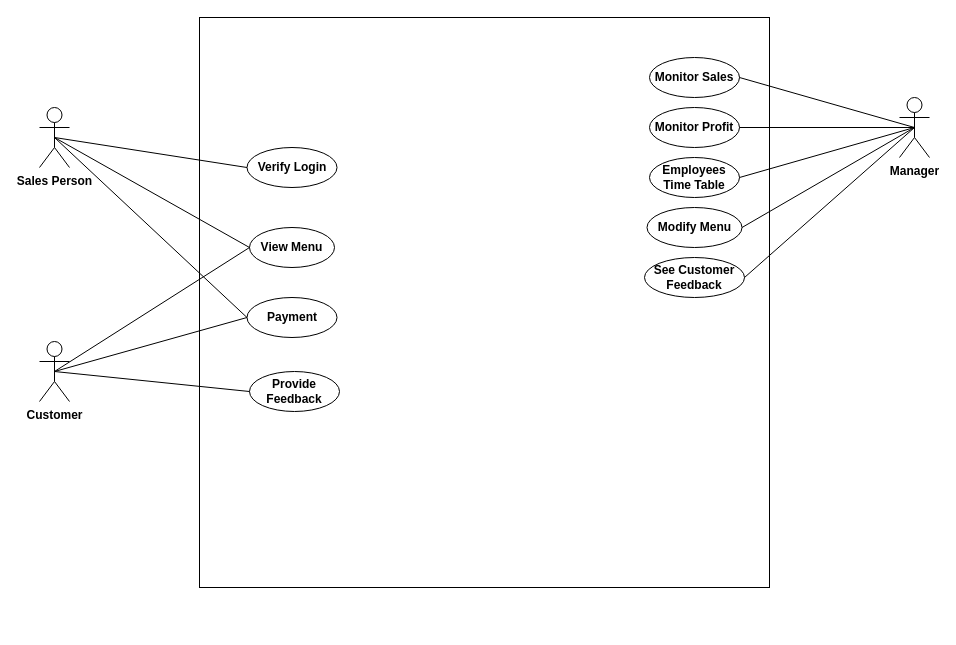
Earlier version of the draw.io diagram Use_Case.drawio (AbdulmoizTalpur/Tutorial-week-3). Source tidied: cells renumbered, new cells numbered last; positions are measured from the earlier drawing's top-left corner, leaving out a move shared by most shapes. Both pictures are drawn from the tidied source at 100%, with x=0, y=0 at pixel (39, 17).
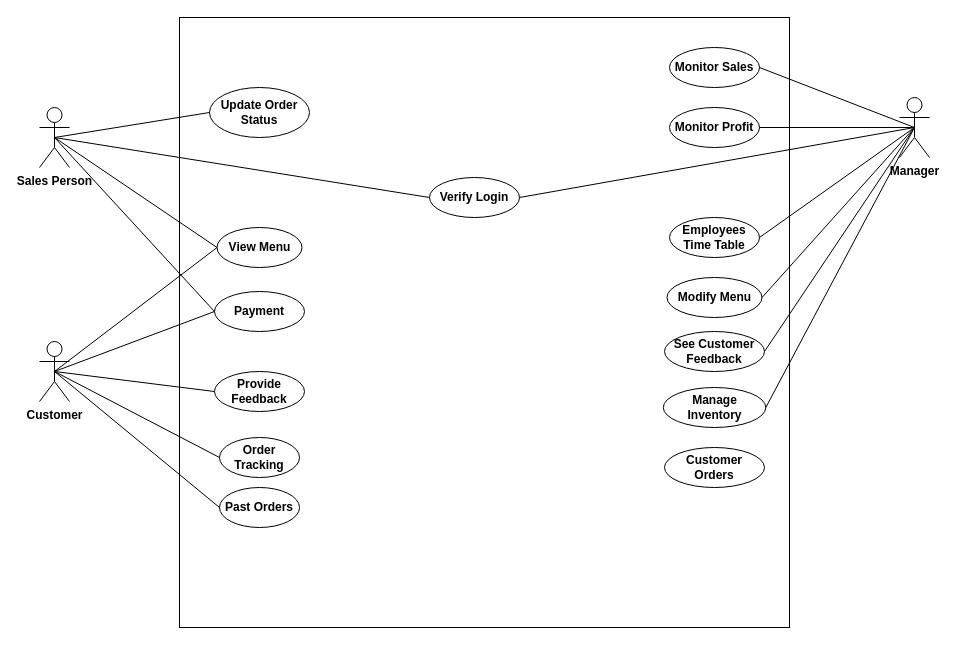
The same diagram, later.

Unchanged cells that the change refers to:
```xml
<mxCell id="3" value="&lt;b&gt;Sales Person&lt;/b&gt;" style="shape=umlActor;verticalLabelPosition=bottom;verticalAlign=top;html=1;" parent="1" vertex="1">
  <mxGeometry y="90" width="30" height="60" as="geometry" />
</mxCell>
<mxCell id="5" value="&lt;b&gt;Manager&lt;/b&gt;" style="shape=umlActor;verticalLabelPosition=bottom;verticalAlign=top;html=1;" parent="1" vertex="1">
  <mxGeometry x="860" y="80" width="30" height="60" as="geometry" />
</mxCell>
<mxCell id="17" value="&lt;b&gt;Customer&lt;/b&gt;" style="shape=umlActor;verticalLabelPosition=bottom;verticalAlign=top;html=1;" parent="1" vertex="1">
  <mxGeometry y="324" width="30" height="60" as="geometry" />
</mxCell>
```

Diff of the diagram source:
```diff
@@
     <mxCell id="2" style="whiteSpace=wrap;html=1;" parent="1" vertex="1">
-      <mxGeometry x="160" width="570" height="570" as="geometry" />
+      <mxGeometry x="140" width="610" height="610" as="geometry" />
     </mxCell>
@@
     <mxCell id="4" value="&lt;b&gt;Verify Login&lt;/b&gt;" style="ellipse;whiteSpace=wrap;html=1;" parent="1" vertex="1">
-      <mxGeometry x="207.5" y="130" width="90" height="40" as="geometry" />
+      <mxGeometry x="390" y="160" width="90" height="40" as="geometry" />
     </mxCell>
@@
     <mxCell id="6" value="&lt;b&gt;Monitor Sales&lt;/b&gt;" style="ellipse;whiteSpace=wrap;html=1;" parent="1" vertex="1">
-      <mxGeometry x="610" y="40" width="90" height="40" as="geometry" />
+      <mxGeometry x="630" y="30" width="90" height="40" as="geometry" />
     </mxCell>
     <mxCell id="7" value="&lt;b&gt;Monitor Profit&lt;/b&gt;" style="ellipse;whiteSpace=wrap;html=1;" parent="1" vertex="1">
-      <mxGeometry x="610" y="90" width="90" height="40" as="geometry" />
+      <mxGeometry x="630" y="90" width="90" height="40" as="geometry" />
     </mxCell>
@@
     <mxCell id="11" value="&lt;b&gt;Employees Time Table&lt;/b&gt;" style="ellipse;whiteSpace=wrap;html=1;" parent="1" vertex="1">
-      <mxGeometry x="610" y="140" width="90" height="40" as="geometry" />
+      <mxGeometry x="630" y="200" width="90" height="40" as="geometry" />
     </mxCell>
@@
     <mxCell id="13" value="&lt;b&gt;View Menu&lt;/b&gt;" style="ellipse;whiteSpace=wrap;html=1;" parent="1" vertex="1">
-      <mxGeometry x="210" y="210" width="85" height="40" as="geometry" />
+      <mxGeometry x="177.5" y="210" width="85" height="40" as="geometry" />
     </mxCell>
@@
     <mxCell id="15" value="&lt;b&gt;Modify Menu&lt;/b&gt;" style="ellipse;whiteSpace=wrap;html=1;" parent="1" vertex="1">
-      <mxGeometry x="607.5" y="190" width="95" height="40" as="geometry" />
+      <mxGeometry x="627.5" y="260" width="95" height="40" as="geometry" />
     </mxCell>
@@
     <mxCell id="18" value="&lt;b&gt;See Customer Feedback&lt;/b&gt;" style="ellipse;whiteSpace=wrap;html=1;" parent="1" vertex="1">
-      <mxGeometry x="605" y="240" width="100" height="40" as="geometry" />
+      <mxGeometry x="625" y="314" width="100" height="40" as="geometry" />
     </mxCell>
@@
     <mxCell id="21" value="&lt;b&gt;Payment&lt;/b&gt;" style="ellipse;whiteSpace=wrap;html=1;" parent="1" vertex="1">
-      <mxGeometry x="207.5" y="280" width="90" height="40" as="geometry" />
+      <mxGeometry x="175" y="274" width="90" height="40" as="geometry" />
     </mxCell>
@@
     <mxCell id="24" value="&lt;b&gt;Provide Feedback&lt;/b&gt;" style="ellipse;whiteSpace=wrap;html=1;" parent="1" vertex="1">
-      <mxGeometry x="210" y="354" width="90" height="40" as="geometry" />
+      <mxGeometry x="175" y="354" width="90" height="40" as="geometry" />
     </mxCell>
@@
+    <mxCell id="26" style="endArrow=none;html=1;rounded=0;entryX=0.5;entryY=0.5;entryDx=0;entryDy=0;entryPerimeter=0;exitX=1;exitY=0.5;exitDx=0;exitDy=0;" parent="1" edge="1" source="4" target="5">
+      <mxGeometry relative="1" as="geometry" />
+    </mxCell>
+    <mxCell id="27" value="&lt;b&gt;Manage Inventory&lt;/b&gt;" style="ellipse;whiteSpace=wrap;html=1;" parent="1" vertex="1">
+      <mxGeometry x="623.8" y="370" width="102.5" height="40" as="geometry" />
+    </mxCell>
+    <mxCell id="28" style="endArrow=none;html=1;rounded=0;entryX=0.5;entryY=0.5;entryDx=0;entryDy=0;entryPerimeter=0;exitX=1;exitY=0.5;exitDx=0;exitDy=0;" parent="1" edge="1" source="27" target="5">
+      <mxGeometry relative="1" as="geometry" />
+    </mxCell>
+    <mxCell id="29" value="&lt;b&gt;Order Tracking&lt;/b&gt;" style="ellipse;whiteSpace=wrap;html=1;" parent="1" vertex="1">
+      <mxGeometry x="180" y="420" width="80" height="40" as="geometry" />
+    </mxCell>
+    <mxCell id="30" style="endArrow=none;html=1;rounded=0;exitX=0.5;exitY=0.5;exitDx=0;exitDy=0;exitPerimeter=0;entryX=0;entryY=0.5;entryDx=0;entryDy=0;" parent="1" edge="1" source="17" target="29">
+      <mxGeometry relative="1" as="geometry" />
+    </mxCell>
+    <mxCell id="31" value="&lt;b&gt;Update Order Status&lt;/b&gt;" style="ellipse;whiteSpace=wrap;html=1;" parent="1" vertex="1">
+      <mxGeometry x="170" y="70" width="100" height="50" as="geometry" />
+    </mxCell>
+    <mxCell id="32" style="endArrow=none;html=1;rounded=0;exitX=0.5;exitY=0.5;exitDx=0;exitDy=0;exitPerimeter=0;entryX=0;entryY=0.5;entryDx=0;entryDy=0;" parent="1" edge="1" source="3" target="31">
+      <mxGeometry relative="1" as="geometry" />
+    </mxCell>
+    <mxCell id="33" value="&lt;b&gt;Past Orders&lt;/b&gt;" style="ellipse;whiteSpace=wrap;html=1;" parent="1" vertex="1">
+      <mxGeometry x="180" y="470" width="80" height="40" as="geometry" />
+    </mxCell>
+    <mxCell id="34" style="endArrow=none;html=1;rounded=0;exitX=0.5;exitY=0.5;exitDx=0;exitDy=0;exitPerimeter=0;entryX=0;entryY=0.5;entryDx=0;entryDy=0;" parent="1" edge="1" source="17" target="33">
+      <mxGeometry relative="1" as="geometry" />
+    </mxCell>
+    <mxCell id="35" value="&lt;b&gt;Customer Orders&lt;/b&gt;" style="ellipse;whiteSpace=wrap;html=1;" parent="1" vertex="1">
+      <mxGeometry x="625" y="430" width="100" height="40" as="geometry" />
+    </mxCell>
```
